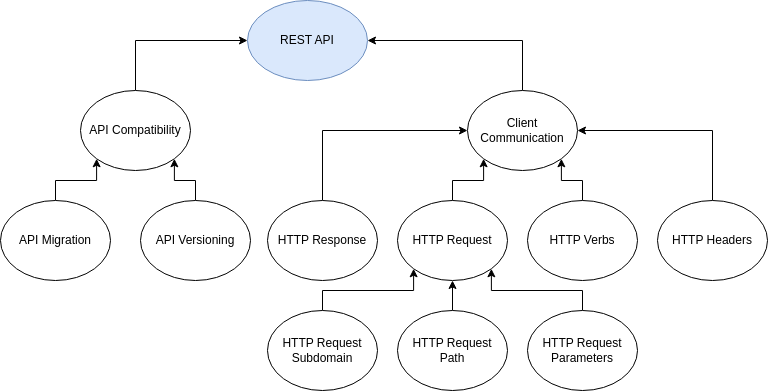
Earlier version of the draw.io export thematic_analysis/diagrams/exports/RESTAPI.drawio.png (ruizsalvat/Master-Project-Information-Sciences). Source tidied: cells renumbered, new cells last; positions are measured from the earlier drawing's top-left corner, leaving out a move shared by most shapes. Source of this version:
```xml
<mxGraphModel>
  <root>
    <mxCell id="0" />
    <mxCell id="1" parent="0" />
    <mxCell id="2" value="REST API" style="ellipse;whiteSpace=wrap;html=1;fillColor=#dae8fc;strokeColor=#6c8ebf;" parent="1" vertex="1">
      <mxGeometry x="247" width="120" height="80" as="geometry" />
    </mxCell>
    <mxCell id="3" style="edgeStyle=orthogonalEdgeStyle;rounded=0;jettySize=auto;html=1;exitX=0.5;exitY=0;exitDx=0;exitDy=0;entryX=1;entryY=0.5;entryDx=0;entryDy=0;" parent="1" edge="1" source="4" target="2">
      <mxGeometry relative="1" as="geometry" />
    </mxCell>
    <mxCell id="4" value="Client Communication" style="ellipse;whiteSpace=wrap;html=1;" parent="1" vertex="1">
      <mxGeometry x="467" y="90" width="110" height="80" as="geometry" />
    </mxCell>
    <mxCell id="5" style="edgeStyle=orthogonalEdgeStyle;rounded=0;jettySize=auto;html=1;exitX=0.5;exitY=0;exitDx=0;exitDy=0;entryX=0;entryY=0.5;entryDx=0;entryDy=0;" parent="1" edge="1" source="6" target="4">
      <mxGeometry relative="1" as="geometry" />
    </mxCell>
    <mxCell id="6" value="HTTP Response" style="ellipse;whiteSpace=wrap;html=1;" parent="1" vertex="1">
      <mxGeometry x="267" y="200" width="110" height="80" as="geometry" />
    </mxCell>
    <mxCell id="7" style="edgeStyle=orthogonalEdgeStyle;rounded=0;jettySize=auto;html=1;exitX=0.5;exitY=0;exitDx=0;exitDy=0;entryX=0;entryY=1;entryDx=0;entryDy=0;" parent="1" edge="1" source="8" target="4">
      <mxGeometry relative="1" as="geometry" />
    </mxCell>
    <mxCell id="8" value="HTTP Request" style="ellipse;whiteSpace=wrap;html=1;" parent="1" vertex="1">
      <mxGeometry x="397" y="200" width="110" height="80" as="geometry" />
    </mxCell>
    <mxCell id="9" style="edgeStyle=orthogonalEdgeStyle;rounded=0;jettySize=auto;html=1;exitX=0.5;exitY=0;exitDx=0;exitDy=0;entryX=1;entryY=1;entryDx=0;entryDy=0;" parent="1" edge="1" source="10" target="4">
      <mxGeometry relative="1" as="geometry" />
    </mxCell>
    <mxCell id="10" value="HTTP Verbs" style="ellipse;whiteSpace=wrap;html=1;" parent="1" vertex="1">
      <mxGeometry x="527" y="200" width="110" height="80" as="geometry" />
    </mxCell>
    <mxCell id="11" style="edgeStyle=orthogonalEdgeStyle;rounded=0;jettySize=auto;html=1;entryX=1;entryY=0.5;entryDx=0;entryDy=0;" parent="1" edge="1" source="12" target="4">
      <mxGeometry relative="1" as="geometry">
        <Array as="points">
          <mxPoint x="712" y="130" />
        </Array>
      </mxGeometry>
    </mxCell>
    <mxCell id="12" value="HTTP Headers" style="ellipse;whiteSpace=wrap;html=1;" parent="1" vertex="1">
      <mxGeometry x="657" y="200" width="110" height="80" as="geometry" />
    </mxCell>
    <mxCell id="13" style="edgeStyle=orthogonalEdgeStyle;rounded=0;jettySize=auto;html=1;exitX=0.5;exitY=0;exitDx=0;exitDy=0;entryX=0;entryY=0.5;entryDx=0;entryDy=0;" parent="1" edge="1" source="14" target="2">
      <mxGeometry relative="1" as="geometry" />
    </mxCell>
    <mxCell id="14" value="API Compatibility" style="ellipse;whiteSpace=wrap;html=1;" parent="1" vertex="1">
      <mxGeometry x="80" y="90" width="110" height="80" as="geometry" />
    </mxCell>
    <mxCell id="15" style="edgeStyle=orthogonalEdgeStyle;rounded=0;jettySize=auto;html=1;exitX=0.5;exitY=0;exitDx=0;exitDy=0;entryX=1;entryY=1;entryDx=0;entryDy=0;" parent="1" edge="1" source="16" target="14">
      <mxGeometry relative="1" as="geometry" />
    </mxCell>
    <mxCell id="16" value="API Versioning" style="ellipse;whiteSpace=wrap;html=1;" parent="1" vertex="1">
      <mxGeometry x="140" y="200" width="110" height="80" as="geometry" />
    </mxCell>
    <mxCell id="17" style="edgeStyle=orthogonalEdgeStyle;rounded=0;jettySize=auto;html=1;exitX=0.5;exitY=0;exitDx=0;exitDy=0;entryX=0;entryY=1;entryDx=0;entryDy=0;" parent="1" edge="1" source="18" target="14">
      <mxGeometry relative="1" as="geometry" />
    </mxCell>
    <mxCell id="18" value="API Migration" style="ellipse;whiteSpace=wrap;html=1;" parent="1" vertex="1">
      <mxGeometry y="200" width="110" height="80" as="geometry" />
    </mxCell>
    <mxCell id="19" style="edgeStyle=orthogonalEdgeStyle;rounded=0;jettySize=auto;html=1;entryX=0;entryY=1;entryDx=0;entryDy=0;" parent="1" edge="1" source="20" target="8">
      <mxGeometry relative="1" as="geometry">
        <Array as="points">
          <mxPoint x="322" y="290" />
          <mxPoint x="413" y="290" />
        </Array>
      </mxGeometry>
    </mxCell>
    <mxCell id="20" value="HTTP Request&lt;div&gt;Subdomain&lt;/div&gt;" style="ellipse;whiteSpace=wrap;html=1;" parent="1" vertex="1">
      <mxGeometry x="267" y="310" width="110" height="80" as="geometry" />
    </mxCell>
    <mxCell id="21" style="edgeStyle=orthogonalEdgeStyle;rounded=0;jettySize=auto;html=1;exitX=0.5;exitY=0;exitDx=0;exitDy=0;entryX=0.5;entryY=1;entryDx=0;entryDy=0;" parent="1" edge="1" source="22" target="8">
      <mxGeometry relative="1" as="geometry" />
    </mxCell>
    <mxCell id="22" value="HTTP Request&lt;div&gt;Path&lt;/div&gt;" style="ellipse;whiteSpace=wrap;html=1;" parent="1" vertex="1">
      <mxGeometry x="397" y="310" width="110" height="80" as="geometry" />
    </mxCell>
    <mxCell id="23" style="edgeStyle=orthogonalEdgeStyle;rounded=0;jettySize=auto;html=1;entryX=1;entryY=1;entryDx=0;entryDy=0;" parent="1" edge="1" source="24" target="8">
      <mxGeometry relative="1" as="geometry">
        <Array as="points">
          <mxPoint x="582" y="290" />
          <mxPoint x="491" y="290" />
        </Array>
      </mxGeometry>
    </mxCell>
    <mxCell id="24" value="HTTP Request&lt;div&gt;Parameters&lt;/div&gt;" style="ellipse;whiteSpace=wrap;html=1;" parent="1" vertex="1">
      <mxGeometry x="527" y="310" width="110" height="80" as="geometry" />
    </mxCell>
  </root>
</mxGraphModel>
```
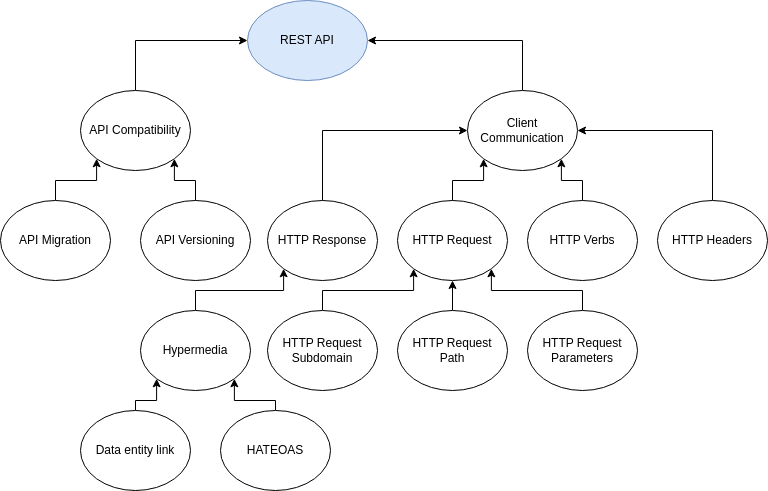
The same diagram one commit later.

Commit message:
hateoas added to ontology

Change to the diagram source:
```diff
@@ -85,5 +85,38 @@
     <mxCell id="24" value="HTTP Request&lt;div&gt;Parameters&lt;/div&gt;" style="ellipse;whiteSpace=wrap;html=1;" parent="1" vertex="1">
       <mxGeometry x="527" y="310" width="110" height="80" as="geometry" />
     </mxCell>
+    <mxCell id="25" style="edgeStyle=orthogonalEdgeStyle;rounded=0;jettySize=auto;html=1;entryX=0;entryY=1;entryDx=0;entryDy=0;exitX=0.5;exitY=0;exitDx=0;exitDy=0;" parent="1" edge="1" source="26" target="6">
+      <mxGeometry relative="1" as="geometry">
+        <Array as="points">
+          <mxPoint x="195" y="290" />
+          <mxPoint x="283" y="290" />
+        </Array>
+      </mxGeometry>
+    </mxCell>
+    <mxCell id="26" value="Hypermedia" style="ellipse;whiteSpace=wrap;html=1;" parent="1" vertex="1">
+      <mxGeometry x="140" y="310" width="110" height="80" as="geometry" />
+    </mxCell>
+    <mxCell id="27" style="edgeStyle=orthogonalEdgeStyle;rounded=0;jettySize=auto;html=1;entryX=0;entryY=1;entryDx=0;entryDy=0;" parent="1" edge="1" source="28" target="26">
+      <mxGeometry relative="1" as="geometry">
+        <Array as="points">
+          <mxPoint x="135" y="400" />
+          <mxPoint x="156" y="400" />
+        </Array>
+      </mxGeometry>
+    </mxCell>
+    <mxCell id="28" value="Data entity link" style="ellipse;whiteSpace=wrap;html=1;" parent="1" vertex="1">
+      <mxGeometry x="80" y="410" width="110" height="80" as="geometry" />
+    </mxCell>
+    <mxCell id="29" style="edgeStyle=orthogonalEdgeStyle;rounded=0;jettySize=auto;html=1;exitX=0.5;exitY=0;exitDx=0;exitDy=0;entryX=1;entryY=1;entryDx=0;entryDy=0;" parent="1" edge="1" source="30" target="26">
+      <mxGeometry relative="1" as="geometry">
+        <Array as="points">
+          <mxPoint x="275" y="400" />
+          <mxPoint x="234" y="400" />
+        </Array>
+      </mxGeometry>
+    </mxCell>
+    <mxCell id="30" value="HATEOAS" style="ellipse;whiteSpace=wrap;html=1;" parent="1" vertex="1">
+      <mxGeometry x="220" y="410" width="110" height="80" as="geometry" />
+    </mxCell>
   </root>
 </mxGraphModel>
```
